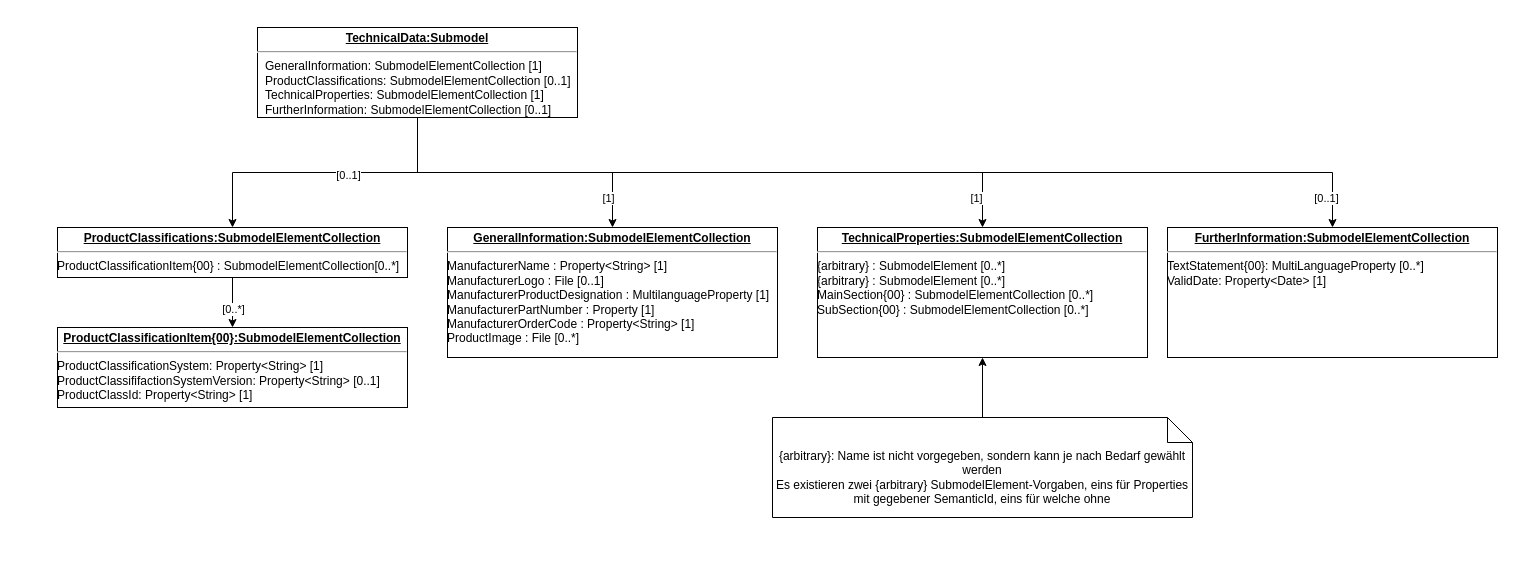
Above: TechnicalData.drawio in LucRome/T2000 (draw.io), before the change. Source tidied: cells renumbered, new cells numbered last; positions are measured from the earlier drawing's top-left corner, leaving out a move shared by most shapes. Both pictures are drawn from the tidied source at 100%, with x=0, y=0 at pixel (57, 27).
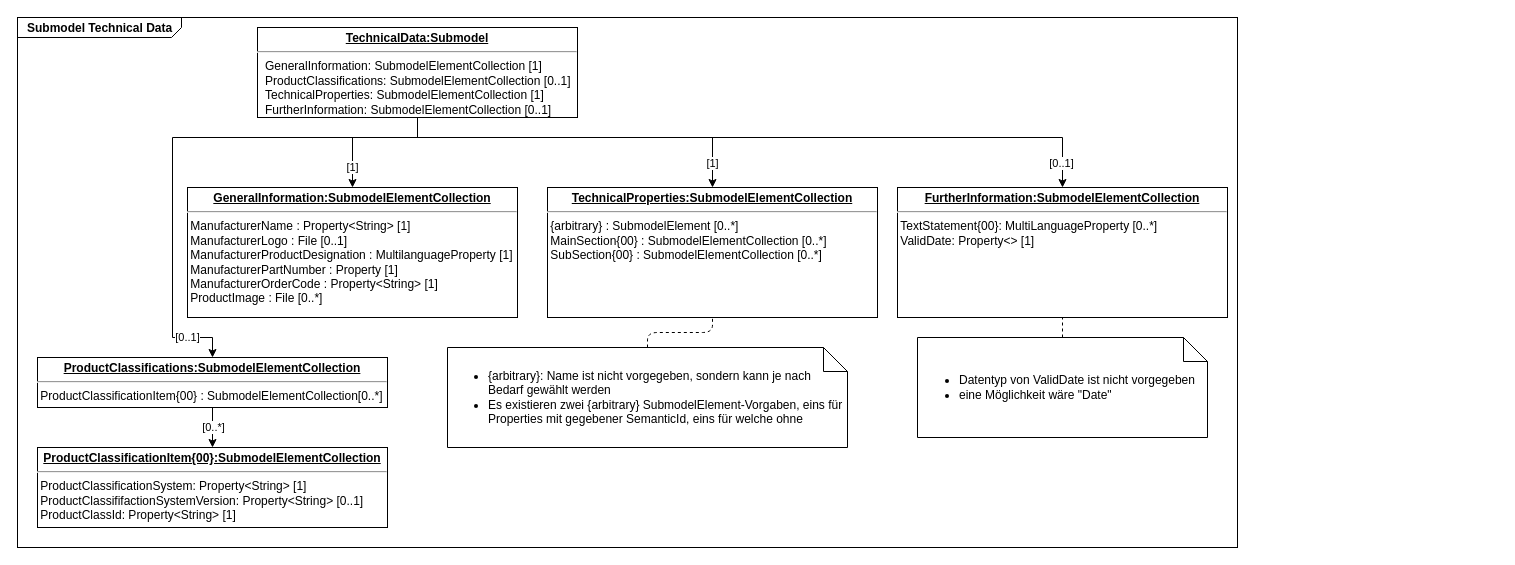
Above is the later version.

The change refers to these unchanged cells:
```xml
<mxCell id="10" value="&lt;p style=&quot;margin: 0px ; margin-top: 4px ; text-align: center ; text-decoration: underline&quot;&gt;&lt;b&gt;TechnicalData:Submodel&lt;/b&gt;&lt;/p&gt;&lt;hr&gt;&lt;p style=&quot;margin: 0px ; margin-left: 8px&quot;&gt;GeneralInformation: SubmodelElementCollection [1]&lt;br&gt;&lt;/p&gt;&lt;p style=&quot;margin: 0px ; margin-left: 8px&quot;&gt;ProductClassifications: SubmodelElementCollection [0..1]&lt;br&gt;&lt;/p&gt;&lt;p style=&quot;margin: 0px ; margin-left: 8px&quot;&gt;TechnicalProperties: SubmodelElementCollection [1]&lt;br&gt;&lt;/p&gt;&lt;p style=&quot;margin: 0px ; margin-left: 8px&quot;&gt;FurtherInformation: SubmodelElementCollection [0..1]&lt;br&gt;&lt;/p&gt;" style="verticalAlign=top;align=left;overflow=fill;fontSize=12;fontFamily=Helvetica;html=1;" parent="1" vertex="1">
  <mxGeometry x="200" width="320" height="90" as="geometry" />
</mxCell>
<mxCell id="12" style="edgeStyle=orthogonalEdgeStyle;rounded=0;jettySize=auto;html=1;exitX=0.5;exitY=1;exitDx=0;exitDy=0;entryX=0.5;entryY=0;entryDx=0;entryDy=0;" parent="1" edge="1" source="14" target="15">
  <mxGeometry relative="1" as="geometry" />
</mxCell>
```

Diff of the diagram source:
```diff
@@
+    <mxCell id="20" value="&lt;p style=&quot;margin: 0px ; margin-top: 4px ; margin-left: 10px ; text-align: left&quot;&gt;&lt;b&gt;Submodel Technical Data&lt;br&gt;&lt;/b&gt;&lt;/p&gt;" style="html=1;strokeWidth=1;shape=mxgraph.sysml.package;html=1;overflow=fill;whiteSpace=wrap;labelX=164.29;" parent="1" vertex="1">
+      <mxGeometry x="-40" y="-10" width="1220" height="530" as="geometry" />
+    </mxCell>
     <mxCell id="2" style="edgeStyle=orthogonalEdgeStyle;rounded=0;jettySize=auto;html=1;exitX=0.5;exitY=1;exitDx=0;exitDy=0;entryX=0.5;entryY=0;entryDx=0;entryDy=0;" parent="1" edge="1" source="10" target="11">
-      <mxGeometry relative="1" as="geometry" />
+      <mxGeometry relative="1" as="geometry">
+        <Array as="points">
+          <mxPoint x="360" y="110" />
+          <mxPoint x="295" y="110" />
+        </Array>
+      </mxGeometry>
     </mxCell>
     <mxCell id="3" value="[1]" style="edgeLabel;html=1;align=center;verticalAlign=middle;" parent="2" vertex="1">
       <mxGeometry x="-0.25" y="-4" relative="1" as="geometry">
-        <mxPoint x="131" y="21" as="offset" />
+        <mxPoint x="-34.5" y="33.9" as="offset" />
       </mxGeometry>
     </mxCell>
     <mxCell id="4" style="edgeStyle=orthogonalEdgeStyle;rounded=0;jettySize=auto;html=1;exitX=0.5;exitY=1;exitDx=0;exitDy=0;entryX=0.5;entryY=0;entryDx=0;entryDy=0;" parent="1" edge="1" source="10" target="14">
-      <mxGeometry relative="1" as="geometry" />
+      <mxGeometry relative="1" as="geometry">
+        <Array as="points">
+          <mxPoint x="360" y="110" />
+          <mxPoint x="115" y="110" />
+          <mxPoint x="115" y="310" />
+          <mxPoint x="155" y="310" />
+        </Array>
+      </mxGeometry>
     </mxCell>
     <mxCell id="5" value="&lt;div&gt;[0..1]&lt;/div&gt;" style="edgeLabel;html=1;align=center;verticalAlign=middle;" parent="4" vertex="1">
-      <mxGeometry x="-0.15" y="2" relative="1" as="geometry" />
+      <mxGeometry x="-0.15" y="2" relative="1" as="geometry">
+        <mxPoint x="-27.8" y="197.9" as="offset" />
+      </mxGeometry>
     </mxCell>
     <mxCell id="6" style="edgeStyle=orthogonalEdgeStyle;rounded=0;jettySize=auto;html=1;exitX=0.5;exitY=1;exitDx=0;exitDy=0;entryX=0.5;entryY=0;entryDx=0;entryDy=0;" parent="1" edge="1" source="10" target="16">
-      <mxGeometry relative="1" as="geometry" />
+      <mxGeometry relative="1" as="geometry">
+        <Array as="points">
+          <mxPoint x="360" y="110" />
+          <mxPoint x="655" y="110" />
+        </Array>
+      </mxGeometry>
     </mxCell>
     <mxCell id="7" value="[1]" style="edgeLabel;html=1;align=center;verticalAlign=middle;" parent="6" vertex="1">
       <mxGeometry x="0.61" relative="1" as="geometry">
-        <mxPoint x="70" y="25" as="offset" />
+        <mxPoint x="20.9" y="25" as="offset" />
       </mxGeometry>
     </mxCell>
     <mxCell id="8" style="edgeStyle=orthogonalEdgeStyle;rounded=0;jettySize=auto;html=1;exitX=0.5;exitY=1;exitDx=0;exitDy=0;entryX=0.5;entryY=0;entryDx=0;entryDy=0;" parent="1" edge="1" source="10" target="17">
-      <mxGeometry relative="1" as="geometry" />
+      <mxGeometry relative="1" as="geometry">
+        <Array as="points">
+          <mxPoint x="360" y="110" />
+          <mxPoint x="1005" y="110" />
+        </Array>
+      </mxGeometry>
     </mxCell>
     <mxCell id="9" value="&lt;div&gt;[0..1]&lt;/div&gt;" style="edgeLabel;html=1;align=center;verticalAlign=middle;" parent="8" vertex="1">
       <mxGeometry x="0.81" y="2" relative="1" as="geometry">
-        <mxPoint x="35" y="27" as="offset" />
+        <mxPoint x="16.8" y="27" as="offset" />
       </mxGeometry>
     </mxCell>
@@
-    <mxCell id="11" value="&lt;p style=&quot;margin: 0px ; margin-top: 4px ; text-align: center ; text-decoration: underline&quot;&gt;&lt;b&gt;GeneralInformation:SubmodelElementCollection&lt;/b&gt; &lt;/p&gt;&lt;hr&gt;&lt;div&gt;ManufacturerName : Property&amp;lt;String&amp;gt; [1]&lt;/div&gt;&lt;div&gt;ManufacturerLogo : File [0..1]&lt;/div&gt;ManufacturerProductDesignation : MultilanguageProperty [1]&lt;br&gt;ManufacturerPartNumber : Property [1]&lt;br&gt;ManufacturerOrderCode : Property&amp;lt;String&amp;gt; [1]&lt;br&gt;ProductImage : File [0..*]" style="verticalAlign=top;align=left;overflow=fill;fontSize=12;fontFamily=Helvetica;html=1;" parent="1" vertex="1">
-      <mxGeometry x="390" y="200" width="330" height="130" as="geometry" />
+    <mxCell id="11" value="&lt;p style=&quot;margin: 0px ; margin-top: 4px ; text-align: center ; text-decoration: underline&quot;&gt;&lt;b&gt;GeneralInformation:SubmodelElementCollection&lt;/b&gt; &lt;/p&gt;&lt;hr&gt;&lt;div&gt;&amp;nbsp;ManufacturerName : Property&amp;lt;String&amp;gt; [1]&lt;/div&gt;&lt;div&gt;&amp;nbsp;ManufacturerLogo : File [0..1]&lt;/div&gt;&amp;nbsp;ManufacturerProductDesignation : MultilanguageProperty [1]&lt;br&gt;&amp;nbsp;ManufacturerPartNumber : Property [1]&lt;br&gt;&amp;nbsp;ManufacturerOrderCode : Property&amp;lt;String&amp;gt; [1]&lt;br&gt;&amp;nbsp;ProductImage : File [0..*]" style="verticalAlign=top;align=left;overflow=fill;fontSize=12;fontFamily=Helvetica;html=1;" parent="1" vertex="1">
+      <mxGeometry x="130" y="160" width="330" height="130" as="geometry" />
     </mxCell>
@@
     <mxCell id="13" value="[0..*]" style="edgeLabel;html=1;align=center;verticalAlign=middle;" parent="12" vertex="1">
-      <mxGeometry x="0.22" relative="1" as="geometry" />
+      <mxGeometry x="0.22" relative="1" as="geometry">
+        <mxPoint y="-4.7" as="offset" />
+      </mxGeometry>
     </mxCell>
-    <mxCell id="14" value="&lt;p style=&quot;margin: 0px ; margin-top: 4px ; text-align: center ; text-decoration: underline&quot;&gt;&lt;b&gt;ProductClassifications:SubmodelElementCollection&lt;/b&gt; &lt;/p&gt;&lt;hr&gt;&lt;div&gt;ProductClassificationItem{00} : SubmodelElementCollection[0..*]&lt;/div&gt;" style="verticalAlign=top;align=left;overflow=fill;fontSize=12;fontFamily=Helvetica;html=1;" parent="1" vertex="1">
-      <mxGeometry y="200" width="350" height="50" as="geometry" />
+    <mxCell id="14" value="&lt;p style=&quot;margin: 0px ; margin-top: 4px ; text-align: center ; text-decoration: underline&quot;&gt;&lt;b&gt;ProductClassifications:SubmodelElementCollection&lt;/b&gt; &lt;/p&gt;&lt;hr&gt;&lt;div&gt;&amp;nbsp;ProductClassificationItem{00} : SubmodelElementCollection[0..*]&lt;/div&gt;" style="verticalAlign=top;align=left;overflow=fill;fontSize=12;fontFamily=Helvetica;html=1;" parent="1" vertex="1">
+      <mxGeometry x="-20" y="330" width="350" height="50" as="geometry" />
     </mxCell>
-    <mxCell id="15" value="&lt;p style=&quot;margin: 0px ; margin-top: 4px ; text-align: center ; text-decoration: underline&quot;&gt;&lt;b&gt;ProductClassificationItem{00}:SubmodelElementCollection&lt;/b&gt; &lt;/p&gt;&lt;hr&gt;&lt;div&gt;ProductClassificationSystem: Property&amp;lt;String&amp;gt; [1]&lt;/div&gt;&lt;div&gt;ProductClassififactionSystemVersion: Property&amp;lt;String&amp;gt; [0..1]&lt;/div&gt;&lt;div&gt;ProductClassId: Property&amp;lt;String&amp;gt; [1]&lt;br&gt;&lt;/div&gt;" style="verticalAlign=top;align=left;overflow=fill;fontSize=12;fontFamily=Helvetica;html=1;" parent="1" vertex="1">
-      <mxGeometry y="300" width="350" height="80" as="geometry" />
+    <mxCell id="15" value="&lt;p style=&quot;margin: 0px ; margin-top: 4px ; text-align: center ; text-decoration: underline&quot;&gt;&lt;b&gt;ProductClassificationItem{00}:SubmodelElementCollection&lt;/b&gt; &lt;/p&gt;&lt;hr&gt;&lt;div&gt;&amp;nbsp;ProductClassificationSystem: Property&amp;lt;String&amp;gt; [1]&lt;/div&gt;&lt;div&gt;&amp;nbsp;ProductClassififactionSystemVersion: Property&amp;lt;String&amp;gt; [0..1]&lt;/div&gt;&lt;div&gt;&amp;nbsp;ProductClassId: Property&amp;lt;String&amp;gt; [1]&lt;br&gt;&lt;/div&gt;" style="verticalAlign=top;align=left;overflow=fill;fontSize=12;fontFamily=Helvetica;html=1;" parent="1" vertex="1">
+      <mxGeometry x="-20" y="420" width="350" height="80" as="geometry" />
     </mxCell>
-    <mxCell id="16" value="&lt;p style=&quot;margin: 0px ; margin-top: 4px ; text-align: center ; text-decoration: underline&quot;&gt;&lt;b&gt;TechnicalProperties:SubmodelElementCollection&lt;/b&gt; &lt;/p&gt;&lt;hr&gt;&lt;div&gt;{arbitrary} : SubmodelElement [0..*]&lt;/div&gt;&lt;div&gt;{arbitrary} : SubmodelElement [0..*]&lt;/div&gt;&lt;div&gt;MainSection{00} : SubmodelElementCollection [0..*]&lt;/div&gt;&lt;div&gt;SubSection{00} : SubmodelElementCollection [0..*]&lt;br&gt;&lt;/div&gt;&lt;div&gt;&lt;br&gt;&lt;/div&gt;" style="verticalAlign=top;align=left;overflow=fill;fontSize=12;fontFamily=Helvetica;html=1;" parent="1" vertex="1">
-      <mxGeometry x="760" y="200" width="330" height="130" as="geometry" />
+    <mxCell id="16" value="&lt;p style=&quot;margin: 0px ; margin-top: 4px ; text-align: center ; text-decoration: underline&quot;&gt;&lt;b&gt;TechnicalProperties:SubmodelElementCollection&lt;/b&gt; &lt;/p&gt;&lt;hr&gt;&lt;div&gt;&amp;nbsp;{arbitrary} : SubmodelElement [0..*]&lt;/div&gt;&lt;div&gt;&amp;nbsp;MainSection{00} : SubmodelElementCollection [0..*]&lt;/div&gt;&lt;div&gt;&amp;nbsp;SubSection{00} : SubmodelElementCollection [0..*]&lt;br&gt;&lt;/div&gt;&lt;div&gt;&lt;br&gt;&lt;/div&gt;" style="verticalAlign=top;align=left;overflow=fill;fontSize=12;fontFamily=Helvetica;html=1;" parent="1" vertex="1">
+      <mxGeometry x="490" y="160" width="330" height="130" as="geometry" />
     </mxCell>
-    <mxCell id="17" value="&lt;p style=&quot;margin: 0px ; margin-top: 4px ; text-align: center ; text-decoration: underline&quot;&gt;&lt;b&gt;FurtherInformation:SubmodelElementCollection&lt;/b&gt; &lt;/p&gt;&lt;hr&gt;&lt;div&gt;TextStatement{00}: MultiLanguageProperty [0..*]&lt;/div&gt;&lt;div&gt;ValidDate: Property&amp;lt;Date&amp;gt; [1]&lt;br&gt;&lt;/div&gt;&lt;div&gt;&lt;br&gt;&lt;/div&gt;" style="verticalAlign=top;align=left;overflow=fill;fontSize=12;fontFamily=Helvetica;html=1;" parent="1" vertex="1">
-      <mxGeometry x="1110" y="200" width="330" height="130" as="geometry" />
+    <mxCell id="17" value="&lt;p style=&quot;margin: 0px ; margin-top: 4px ; text-align: center ; text-decoration: underline&quot;&gt;&lt;b&gt;FurtherInformation:SubmodelElementCollection&lt;/b&gt; &lt;/p&gt;&lt;hr&gt;&lt;div&gt;&amp;nbsp;TextStatement{00}: MultiLanguageProperty [0..*]&lt;/div&gt;&lt;div&gt;&amp;nbsp;ValidDate: Property&amp;lt;&amp;gt; [1]&lt;br&gt;&lt;/div&gt;&lt;div&gt;&lt;br&gt;&lt;/div&gt;" style="verticalAlign=top;align=left;overflow=fill;fontSize=12;fontFamily=Helvetica;html=1;" parent="1" vertex="1">
+      <mxGeometry x="840" y="160" width="330" height="130" as="geometry" />
     </mxCell>
-    <mxCell id="18" style="edgeStyle=orthogonalEdgeStyle;rounded=0;jettySize=auto;html=1;exitX=0.5;exitY=0;exitDx=0;exitDy=0;exitPerimeter=0;entryX=0.5;entryY=1;entryDx=0;entryDy=0;" parent="1" edge="1" source="19" target="16">
+    <mxCell id="18" style="endArrow=none;dashed=1;html=1;entryX=0.5;entryY=1;entryDx=0;entryDy=0;edgeStyle=orthogonalEdgeStyle;" parent="1" edge="1" source="19" target="16">
       <mxGeometry relative="1" as="geometry" />
     </mxCell>
+    <mxCell id="21" style="endArrow=none;dashed=1;html=1;edgeStyle=orthogonalEdgeStyle;" parent="1" edge="1" source="22" target="17">
+      <mxGeometry relative="1" as="geometry" />
+    </mxCell>
-    <mxCell id="19" value="&lt;div&gt;{arbitrary}: Name ist nicht vorgegeben, sondern kann je nach Bedarf gewählt werden&lt;/div&gt;&lt;div&gt;Es existieren zwei {arbitrary} SubmodelElement-Vorgaben, eins für Properties mit gegebener SemanticId, eins für welche ohne&lt;br&gt;&lt;/div&gt;" style="shape=note2;boundedLbl=1;whiteSpace=wrap;html=1;size=25;verticalAlign=top;align=center;" parent="1" vertex="1">
-      <mxGeometry x="715" y="390" width="420" height="100" as="geometry" />
+    <mxCell id="19" value="&lt;div align=&quot;left&quot;&gt;&lt;ul&gt;&lt;li&gt;{arbitrary}: Name ist nicht vorgegeben, sondern kann je nach Bedarf gewählt werden&lt;/li&gt;&lt;li&gt;Es existieren zwei {arbitrary} SubmodelElement-Vorgaben, eins für Properties mit gegebener SemanticId, eins für welche ohne&lt;/li&gt;&lt;/ul&gt;&lt;/div&gt;" style="shape=note;size=24;whiteSpace=wrap;html=1;" parent="1" vertex="1">
+      <mxGeometry x="390" y="320" width="400" height="100" as="geometry" />
     </mxCell>
+    <mxCell id="22" value="&lt;div align=&quot;left&quot;&gt;&lt;ul&gt;&lt;li&gt;Datentyp von ValidDate ist nicht vorgegeben&lt;/li&gt;&lt;li&gt;eine Möglichkeit wäre &quot;Date&quot;&lt;/li&gt;&lt;/ul&gt;&lt;/div&gt;" style="shape=note;size=24;whiteSpace=wrap;html=1;align=left;" parent="1" vertex="1">
+      <mxGeometry x="860" y="310" width="290" height="100" as="geometry" />
+    </mxCell>
```
